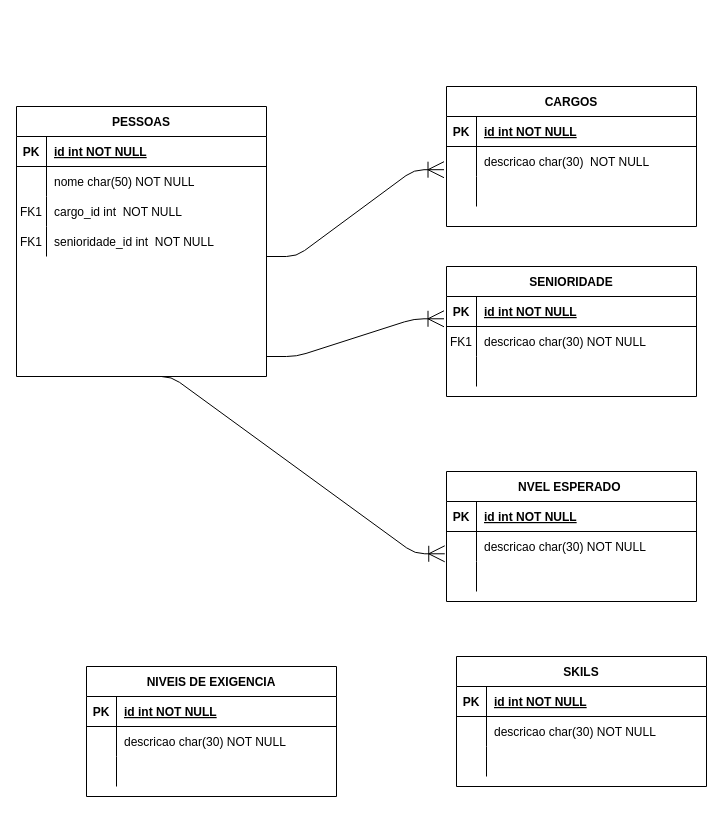
nat-1501/projeto-site keeps this draw.io diagram as Diagrama sem título.drawio. Above is the earlier version. Source tidied: cells renumbered, new cells numbered last; positions are measured from the earlier drawing's top-left corner, leaving out a move shared by most shapes. Both pictures are drawn from the tidied source at 100%, with x=0, y=0 at pixel (16, 86).
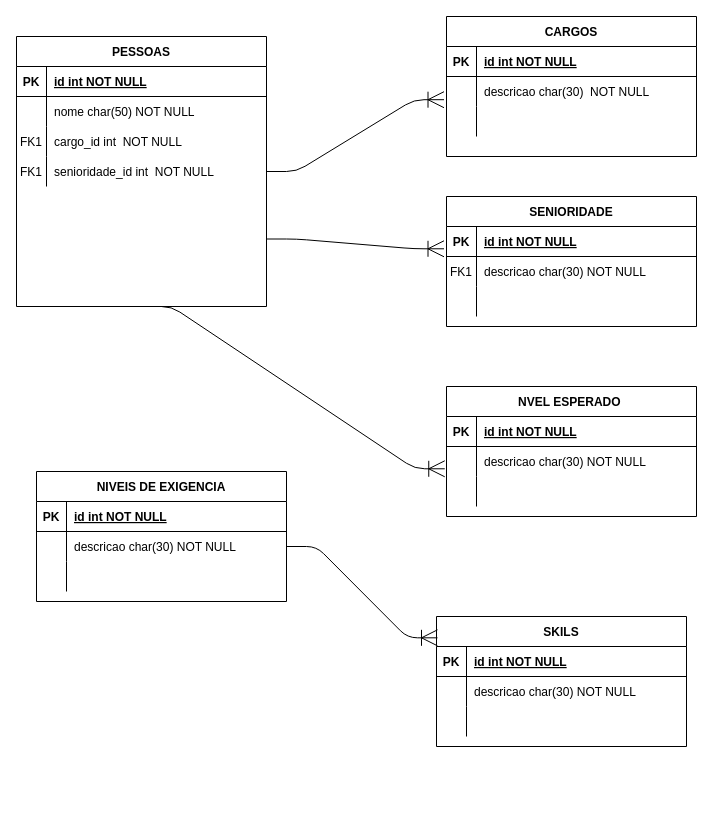
The same page after the edit.

Commit message:
Atualizar Diagrama Programinha.drawio

The change refers to these unchanged cells:
```xml
<mxCell id="6" style="shape=partialRectangle;fillColor=none;points=[[0,0.5],[1,0.5]];portConstraint=eastwest;top=0;left=0;right=0;bottom=0;" parent="2" vertex="1">
  <mxGeometry y="60" width="250" height="30" as="geometry" />
</mxCell>
<mxCell id="13" style="shape=partialRectangle;fillColor=none;points=[[0,0.5],[1,0.5]];portConstraint=eastwest;top=0;left=0;right=0;bottom=1;" parent="12" vertex="1">
  <mxGeometry y="30" width="250" height="30" as="geometry" />
</mxCell>
<mxCell id="32" style="shape=partialRectangle;fillColor=none;points=[[0,0.5],[1,0.5]];portConstraint=eastwest;top=0;left=0;right=0;bottom=0;" parent="22" vertex="1">
  <mxGeometry y="120" width="250" height="30" as="geometry" />
</mxCell>
<mxCell id="49" style="shape=partialRectangle;fillColor=none;points=[[0,0.5],[1,0.5]];portConstraint=eastwest;top=0;left=0;right=0;bottom=0;" parent="45" vertex="1">
  <mxGeometry y="60" width="250" height="30" as="geometry" />
</mxCell>
```

What changed in the source:
```diff
@@
     <mxCell id="2" value="CARGOS" style="shape=table;startSize=30;childLayout=tableLayout;rowLines=0;fontStyle=1;align=center;" parent="1" vertex="1">
-      <mxGeometry x="430" width="250" height="140" as="geometry" />
+      <mxGeometry x="430" y="-70" width="250" height="140" as="geometry" />
     </mxCell>
@@
     <mxCell id="12" value="SENIORIDADE" style="shape=table;startSize=30;childLayout=tableLayout;rowLines=0;fontStyle=1;align=center;" parent="1" vertex="1">
-      <mxGeometry x="430" y="180" width="250" height="130" as="geometry" />
+      <mxGeometry x="430" y="110" width="250" height="130" as="geometry" />
     </mxCell>
@@
     <mxCell id="22" value="PESSOAS" style="shape=table;startSize=30;childLayout=tableLayout;rowLines=0;fontStyle=1;align=center;" parent="1" vertex="1">
-      <mxGeometry y="20" width="250" height="270" as="geometry" />
+      <mxGeometry y="-50" width="250" height="270" as="geometry" />
     </mxCell>
@@
     <mxCell id="35" value="SKILS" style="shape=table;startSize=30;childLayout=tableLayout;rowLines=0;fontStyle=1;align=center;" parent="1" vertex="1">
-      <mxGeometry x="440" y="570" width="250" height="130" as="geometry" />
+      <mxGeometry x="420" y="530" width="250" height="130" as="geometry" />
     </mxCell>
@@
     <mxCell id="45" value="NIVEIS DE EXIGENCIA" style="shape=table;startSize=30;childLayout=tableLayout;rowLines=0;fontStyle=1;align=center;" parent="1" vertex="1">
-      <mxGeometry x="70" y="580" width="250" height="130" as="geometry" />
+      <mxGeometry x="20" y="385" width="250" height="130" as="geometry" />
     </mxCell>
@@
     <mxCell id="55" value="NVEL ESPERADO " style="shape=table;startSize=30;childLayout=tableLayout;rowLines=0;fontStyle=1;align=center;" parent="1" vertex="1">
-      <mxGeometry x="430" y="385" width="250" height="130" as="geometry" />
+      <mxGeometry x="430" y="300" width="250" height="130" as="geometry" />
     </mxCell>
@@
-    <mxCell id="65" style="edgeStyle=entityRelationEdgeStyle;fontSize=12;html=1;endArrow=ERoneToMany;startSize=14;endSize=14;sourcePerimeterSpacing=8;targetPerimeterSpacing=8;entryX=-0.01;entryY=0.773;entryDx=0;entryDy=0;entryPerimeter=0;" parent="1" edge="1" target="6">
-      <mxGeometry relative="1" as="geometry">
-        <mxPoint x="250" y="170" as="sourcePoint" />
-      </mxGeometry>
+    <mxCell id="65" style="edgeStyle=entityRelationEdgeStyle;fontSize=12;html=1;endArrow=ERoneToMany;startSize=14;endSize=14;sourcePerimeterSpacing=8;targetPerimeterSpacing=8;entryX=-0.01;entryY=0.773;entryDx=0;entryDy=0;entryPerimeter=0;exitX=1;exitY=0.5;exitDx=0;exitDy=0;" parent="1" edge="1" source="32" target="6">
+      <mxGeometry relative="1" as="geometry" />
     </mxCell>
-    <mxCell id="66" style="edgeStyle=entityRelationEdgeStyle;fontSize=12;html=1;endArrow=ERoneToMany;startSize=14;endSize=14;sourcePerimeterSpacing=8;targetPerimeterSpacing=8;entryX=-0.01;entryY=0.743;entryDx=0;entryDy=0;entryPerimeter=0;" parent="1" edge="1" target="13">
-      <mxGeometry relative="1" as="geometry">
-        <mxPoint x="250" y="270" as="sourcePoint" />
-      </mxGeometry>
+    <mxCell id="66" style="edgeStyle=entityRelationEdgeStyle;fontSize=12;html=1;endArrow=ERoneToMany;startSize=14;endSize=14;sourcePerimeterSpacing=8;targetPerimeterSpacing=8;entryX=-0.01;entryY=0.743;entryDx=0;entryDy=0;entryPerimeter=0;exitX=1;exitY=0.75;exitDx=0;exitDy=0;" parent="1" edge="1" source="22" target="13">
+      <mxGeometry relative="1" as="geometry" />
     </mxCell>
@@
+    <mxCell id="68" style="edgeStyle=entityRelationEdgeStyle;fontSize=12;html=1;endArrow=ERoneToMany;startSize=14;endSize=14;sourcePerimeterSpacing=8;targetPerimeterSpacing=8;exitX=1;exitY=0.5;exitDx=0;exitDy=0;entryX=0.004;entryY=0.164;entryDx=0;entryDy=0;entryPerimeter=0;" parent="1" edge="1" source="49" target="35">
+      <mxGeometry relative="1" as="geometry" />
+    </mxCell>
```
